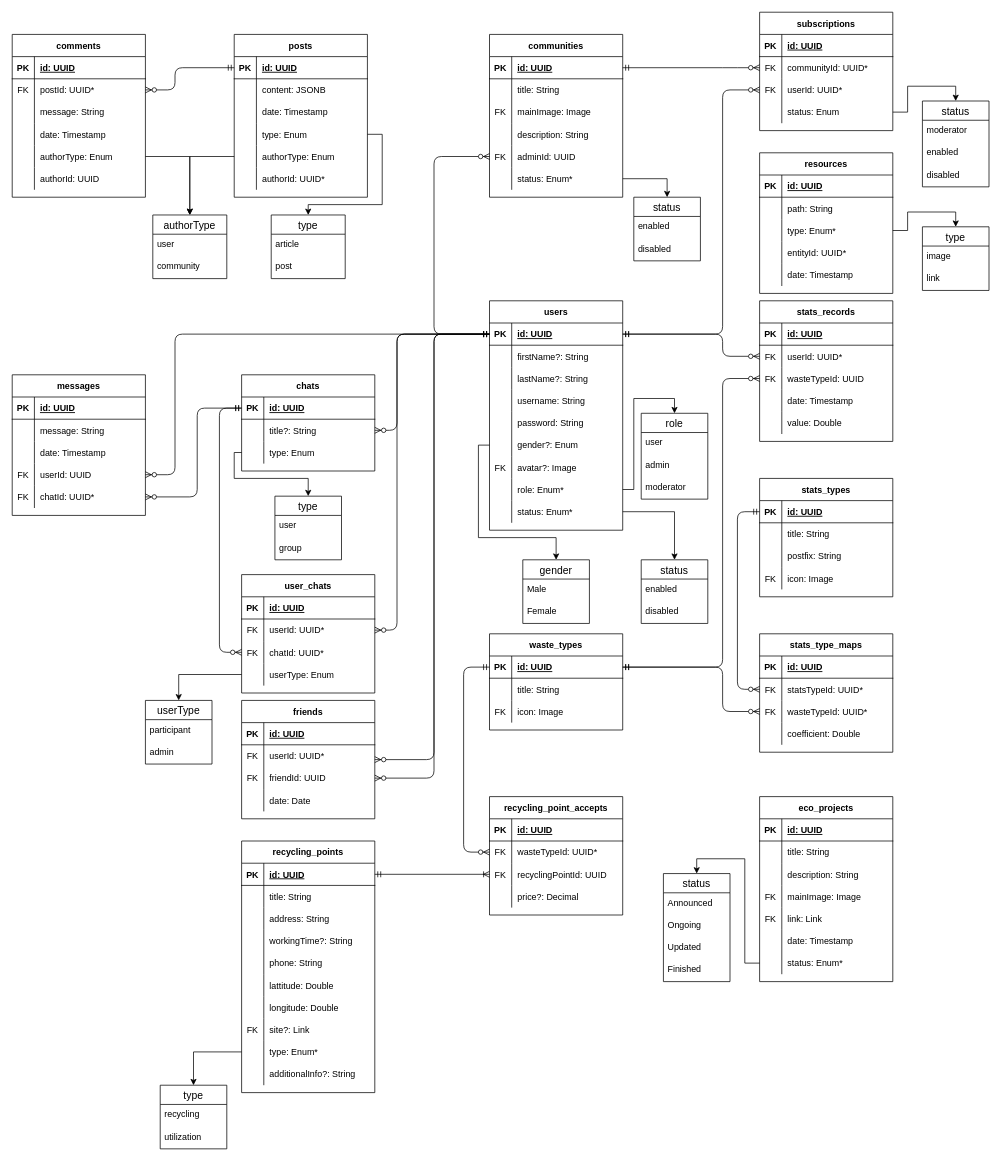
This is page "Database" (1 of 3) of project.drawio from EcoBeko/docs, a draw.io file, before an edit. Source tidied: cells renumbered, new cells numbered last; positions are measured from the earlier drawing's top-left corner, leaving out a move shared by most shapes. Both pictures are drawn from the tidied source at 74%, with x=0, y=0 at pixel (12, 12).
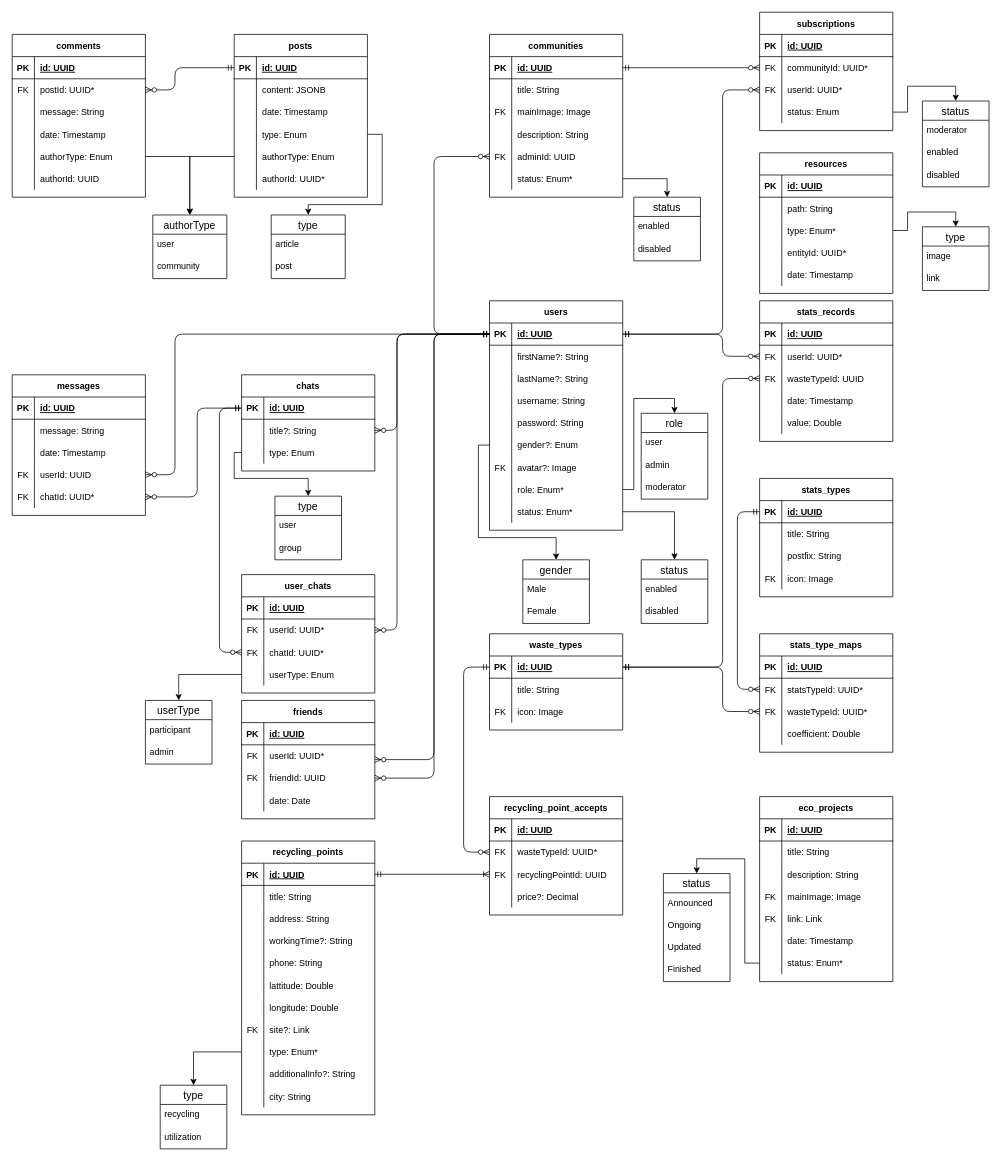
The same diagram, later.

What changed in the source:
```diff
@@
     <mxCell id="45" value="recycling_points" style="shape=table;startSize=30;childLayout=tableLayout;rowLines=0;fontStyle=1;align=center;" parent="1" vertex="1">
-      <mxGeometry x="310" y="1120" width="180" height="340" as="geometry" />
+      <mxGeometry x="310" y="1120" width="180" height="370" as="geometry" />
     </mxCell>
@@
+    <mxCell id="356" style="shape=partialRectangle;fillColor=none;top=0;left=0;bottom=0;right=0;" parent="45" vertex="1">
+      <mxGeometry y="300" width="180" height="30" as="geometry" />
+    </mxCell>
+    <mxCell id="357" style="shape=partialRectangle;fillColor=none;top=0;left=0;bottom=0;right=0;overflow=hidden;" parent="356" vertex="1">
+      <mxGeometry width="30" height="30" as="geometry" />
+    </mxCell>
+    <mxCell id="358" value="additionalInfo?: String" style="shape=partialRectangle;fillColor=none;top=0;left=0;bottom=0;right=0;align=left;spacingLeft=6;overflow=hidden;" parent="356" vertex="1">
+      <mxGeometry x="30" width="150" height="30" as="geometry" />
+    </mxCell>
     <mxCell id="73" style="shape=partialRectangle;fillColor=none;top=0;left=0;bottom=0;right=0;" parent="45" vertex="1">
-      <mxGeometry y="300" width="180" height="30" as="geometry" />
+      <mxGeometry y="330" width="180" height="30" as="geometry" />
     </mxCell>
@@
-    <mxCell id="75" value="additionalInfo?: String" style="shape=partialRectangle;fillColor=none;top=0;left=0;bottom=0;right=0;align=left;spacingLeft=6;overflow=hidden;" parent="73" vertex="1">
+    <mxCell id="75" value="city: String" style="shape=partialRectangle;fillColor=none;top=0;left=0;bottom=0;right=0;align=left;spacingLeft=6;overflow=hidden;" parent="73" vertex="1">
       <mxGeometry x="30" width="150" height="30" as="geometry" />
     </mxCell>
```
